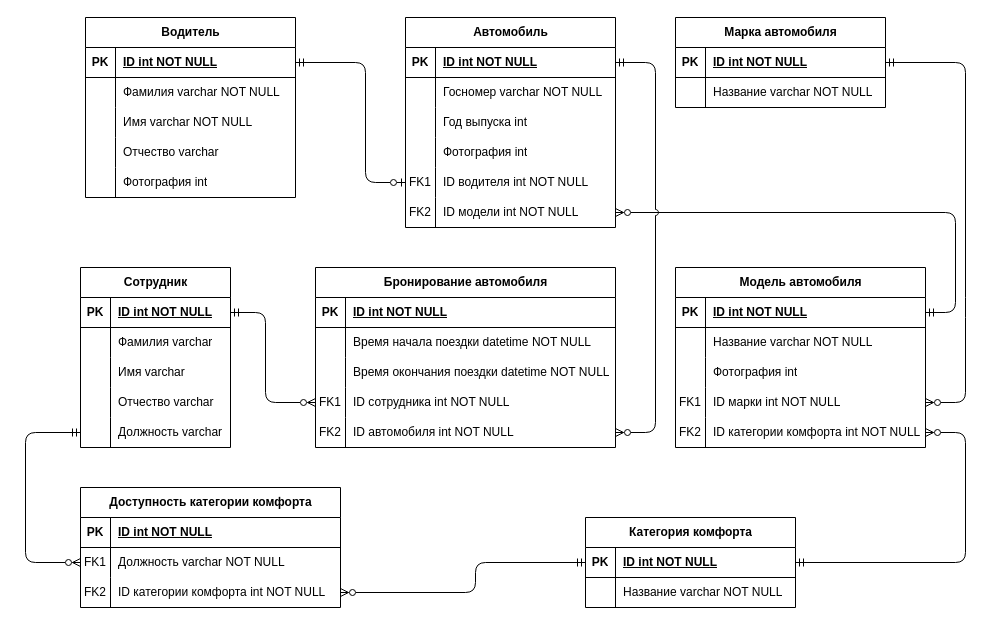
Before: test-task/Diagram/Diagram.drawio in ShkulovNikita/only-tasks, a draw.io diagram. Source tidied: cells renumbered, new cells numbered last; positions are measured from the earlier drawing's top-left corner, leaving out a move shared by most shapes. Both pictures are drawn from the tidied source at 100%, with x=0, y=0 at pixel (25, 17).
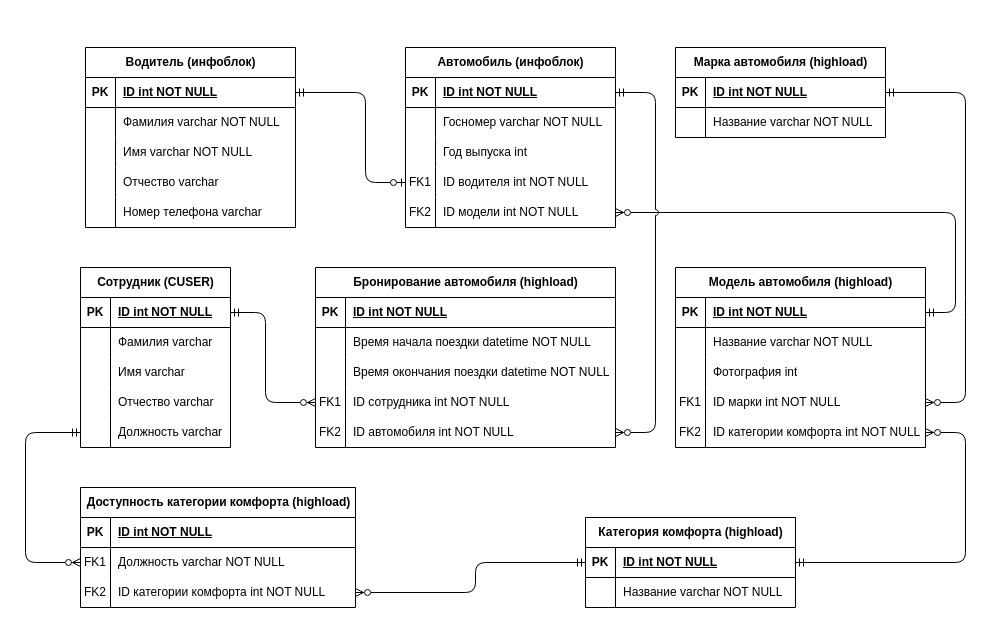
The same page after the edit.

Commit message (it also covers changes not shown here):
Добавление через миграцию хайлоад-блока для категории комфорта; указание в диаграмме типов (инфоблоки или хайлоад-блоки) сущностей.

Unchanged cells that the change refers to:
```xml
<mxCell id="28" style="shape=tableRow;horizontal=0;startSize=0;swimlaneHead=0;swimlaneBody=0;fillColor=none;points=[[0,0.5],[1,0.5]];portConstraint=eastwest;top=0;left=0;right=0;bottom=0;" parent="18" vertex="1">
  <mxGeometry y="120" width="250" height="30" as="geometry" />
</mxCell>
<mxCell id="35" style="shape=tableRow;horizontal=0;startSize=0;swimlaneHead=0;swimlaneBody=0;fillColor=none;points=[[0,0.5],[1,0.5]];portConstraint=eastwest;top=0;left=0;right=0;bottom=1;" parent="34" vertex="1">
  <mxGeometry y="30" width="210" height="30" as="geometry" />
</mxCell>
<mxCell id="42" style="shape=tableRow;horizontal=0;startSize=0;swimlaneHead=0;swimlaneBody=0;fillColor=none;points=[[0,0.5],[1,0.5]];portConstraint=eastwest;top=0;left=0;right=0;bottom=1;" parent="41" vertex="1">
  <mxGeometry y="30" width="210" height="30" as="geometry" />
</mxCell>
<mxCell id="54" style="shape=tableRow;horizontal=0;startSize=0;swimlaneHead=0;swimlaneBody=0;fillColor=none;top=0;left=0;right=0;bottom=0;" parent="41" vertex="1">
  <mxGeometry y="150" width="210" height="30" as="geometry" />
</mxCell>
<mxCell id="58" style="shape=tableRow;horizontal=0;startSize=0;swimlaneHead=0;swimlaneBody=0;fillColor=none;points=[[0,0.5],[1,0.5]];portConstraint=eastwest;top=0;left=0;right=0;bottom=1;" parent="57" vertex="1">
  <mxGeometry y="30" width="210" height="30" as="geometry" />
</mxCell>
<mxCell id="89" style="shape=tableRow;horizontal=0;startSize=0;swimlaneHead=0;swimlaneBody=0;fillColor=none;points=[[0,0.5],[1,0.5]];portConstraint=eastwest;top=0;left=0;right=0;bottom=0;" parent="76" vertex="1">
  <mxGeometry y="150" width="300" height="30" as="geometry" />
</mxCell>
```

The edit, as a diff of the source:
```diff
@@
-    <mxCell id="2" value="Сотрудник" style="shape=table;startSize=30;childLayout=tableLayout;rowLines=0;fontStyle=1;align=center;html=1;" parent="1" vertex="1">
+    <mxCell id="2" value="Сотрудник (CUSER)" style="shape=table;startSize=30;childLayout=tableLayout;rowLines=0;fontStyle=1;align=center;html=1;" parent="1" vertex="1">
       <mxGeometry x="55" y="250" width="150" height="180" as="geometry" />
     </mxCell>
@@
-    <mxCell id="18" value="Модель автомобиля" style="shape=table;startSize=30;childLayout=tableLayout;rowLines=0;fontStyle=1;align=center;html=1;" parent="1" vertex="1">
+    <mxCell id="18" value="Модель автомобиля (highload)" style="shape=table;startSize=30;childLayout=tableLayout;rowLines=0;fontStyle=1;align=center;html=1;" parent="1" vertex="1">
       <mxGeometry x="650" y="250" width="250" height="180" as="geometry" />
     </mxCell>
@@
-    <mxCell id="34" value="Марка автомобиля" style="shape=table;startSize=30;childLayout=tableLayout;rowLines=0;fontStyle=1;align=center;html=1;" parent="1" vertex="1">
-      <mxGeometry x="650" width="210" height="90" as="geometry" />
+    <mxCell id="34" value="Марка автомобиля (highload)" style="shape=table;startSize=30;childLayout=tableLayout;rowLines=0;fontStyle=1;align=center;html=1;" parent="1" vertex="1">
+      <mxGeometry x="650" y="30" width="210" height="90" as="geometry" />
     </mxCell>
@@
-    <mxCell id="41" value="Водитель" style="shape=table;startSize=30;childLayout=tableLayout;rowLines=0;fontStyle=1;align=center;html=1;" parent="1" vertex="1">
-      <mxGeometry x="60" width="210" height="180" as="geometry" />
+    <mxCell id="41" value="Водитель (инфоблок)" style="shape=table;startSize=30;childLayout=tableLayout;rowLines=0;fontStyle=1;align=center;html=1;" parent="1" vertex="1">
+      <mxGeometry x="60" y="30" width="210" height="180" as="geometry" />
     </mxCell>
@@
-    <mxCell id="56" value="Фотография int" style="shape=partialRectangle;fillColor=none;top=0;left=0;bottom=0;right=0;align=left;spacingLeft=6;overflow=hidden;whiteSpace=wrap;html=1;" parent="54" vertex="1">
+    <mxCell id="56" value="Номер телефона varchar" style="shape=partialRectangle;fillColor=none;top=0;left=0;bottom=0;right=0;align=left;spacingLeft=6;overflow=hidden;whiteSpace=wrap;html=1;" parent="54" vertex="1">
       <mxGeometry x="30" width="180" height="30" as="geometry" />
     </mxCell>
-    <mxCell id="57" value="Автомобиль" style="shape=table;startSize=30;childLayout=tableLayout;rowLines=0;fontStyle=1;align=center;html=1;" parent="1" vertex="1">
-      <mxGeometry x="380" width="210" height="210" as="geometry" />
+    <mxCell id="57" value="Автомобиль (инфоблок)" style="shape=table;startSize=30;childLayout=tableLayout;rowLines=0;fontStyle=1;align=center;html=1;" parent="1" vertex="1">
+      <mxGeometry x="380" y="30" width="210" height="180" as="geometry" />
     </mxCell>
@@
-    <mxCell id="67" style="shape=tableRow;horizontal=0;startSize=0;swimlaneHead=0;swimlaneBody=0;fillColor=none;top=0;left=0;right=0;bottom=0;" parent="57" vertex="1">
-      <mxGeometry y="120" width="210" height="30" as="geometry" />
-    </mxCell>
-    <mxCell id="68" style="shape=partialRectangle;fillColor=none;top=0;left=0;bottom=0;right=0;overflow=hidden;whiteSpace=wrap;html=1;" parent="67" vertex="1">
-      <mxGeometry width="30" height="30" as="geometry" />
-    </mxCell>
-    <mxCell id="69" value="Фотография int" style="shape=partialRectangle;fillColor=none;top=0;left=0;bottom=0;right=0;align=left;spacingLeft=6;overflow=hidden;whiteSpace=wrap;html=1;" parent="67" vertex="1">
-      <mxGeometry x="30" width="180" height="30" as="geometry" />
-    </mxCell>
     <mxCell id="70" style="shape=tableRow;horizontal=0;startSize=0;swimlaneHead=0;swimlaneBody=0;fillColor=none;points=[[0,0.5],[1,0.5]];portConstraint=eastwest;top=0;left=0;right=0;bottom=0;" parent="57" vertex="1">
-      <mxGeometry y="150" width="210" height="30" as="geometry" />
+      <mxGeometry y="120" width="210" height="30" as="geometry" />
     </mxCell>
@@
     <mxCell id="73" style="shape=tableRow;horizontal=0;startSize=0;swimlaneHead=0;swimlaneBody=0;fillColor=none;points=[[0,0.5],[1,0.5]];portConstraint=eastwest;top=0;left=0;right=0;bottom=0;" parent="57" vertex="1">
-      <mxGeometry y="180" width="210" height="30" as="geometry" />
+      <mxGeometry y="150" width="210" height="30" as="geometry" />
     </mxCell>
@@
-    <mxCell id="76" value="Бронирование автомобиля" style="shape=table;startSize=30;childLayout=tableLayout;rowLines=0;fontStyle=1;align=center;html=1;" parent="1" vertex="1">
+    <mxCell id="76" value="Бронирование автомобиля (highload)" style="shape=table;startSize=30;childLayout=tableLayout;rowLines=0;fontStyle=1;align=center;html=1;" parent="1" vertex="1">
       <mxGeometry x="290" y="250" width="300" height="180" as="geometry" />
     </mxCell>
@@
-    <mxCell id="92" value="Категория комфорта" style="shape=table;startSize=30;childLayout=tableLayout;rowLines=0;fontStyle=1;align=center;html=1;" parent="1" vertex="1">
+    <mxCell id="92" value="Категория комфорта (highload)" style="shape=table;startSize=30;childLayout=tableLayout;rowLines=0;fontStyle=1;align=center;html=1;" parent="1" vertex="1">
       <mxGeometry x="560" y="500" width="210" height="90" as="geometry" />
     </mxCell>
@@
     <mxCell id="102" style="endArrow=ERzeroToOne;html=1;rounded=1;startArrow=ERmandOne;startFill=0;endFill=0;exitX=1;exitY=0.5;exitDx=0;exitDy=0;entryX=0;entryY=0.5;entryDx=0;entryDy=0;" parent="1" edge="1" source="42" target="70">
       <mxGeometry relative="1" as="geometry">
         <Array as="points">
-          <mxPoint x="340" y="45" />
+          <mxPoint x="340" y="75" />
           <mxPoint x="340" y="165" />
         </Array>
       </mxGeometry>
     </mxCell>
     <mxCell id="103" style="endArrow=ERmandOne;html=1;rounded=1;startArrow=ERzeroToMany;startFill=0;endFill=0;exitX=1;exitY=0.5;exitDx=0;exitDy=0;entryX=1;entryY=0.5;entryDx=0;entryDy=0;" parent="1" edge="1" source="28" target="35">
       <mxGeometry relative="1" as="geometry">
         <Array as="points">
           <mxPoint x="940" y="385" />
           <mxPoint x="940" y="290" />
-          <mxPoint x="940" y="45" />
+          <mxPoint x="940" y="75" />
         </Array>
       </mxGeometry>
     </mxCell>
@@
-    <mxCell id="105" value="Доступность категории комфорта" style="shape=table;startSize=30;childLayout=tableLayout;rowLines=0;fontStyle=1;align=center;html=1;" parent="1" vertex="1">
-      <mxGeometry x="55" y="470" width="260" height="120" as="geometry" />
+    <mxCell id="105" value="Доступность категории комфорта (highload)" style="shape=table;startSize=30;childLayout=tableLayout;rowLines=0;fontStyle=1;align=center;html=1;" parent="1" vertex="1">
+      <mxGeometry x="55" y="470" width="275" height="120" as="geometry" />
     </mxCell>
     <mxCell id="106" style="shape=tableRow;horizontal=0;startSize=0;swimlaneHead=0;swimlaneBody=0;fillColor=none;top=0;left=0;right=0;bottom=1;" parent="105" vertex="1">
-      <mxGeometry y="30" width="260" height="30" as="geometry" />
+      <mxGeometry y="30" width="275" height="30" as="geometry" />
     </mxCell>
@@
     <mxCell id="108" value="ID int NOT NULL" style="shape=partialRectangle;fillColor=none;top=0;left=0;bottom=0;right=0;align=left;spacingLeft=6;fontStyle=5;overflow=hidden;whiteSpace=wrap;html=1;" parent="106" vertex="1">
-      <mxGeometry x="30" width="230" height="30" as="geometry" />
+      <mxGeometry x="30" width="245" height="30" as="geometry" />
     </mxCell>
     <mxCell id="109" style="shape=tableRow;horizontal=0;startSize=0;swimlaneHead=0;swimlaneBody=0;fillColor=none;points=[[0,0.5],[1,0.5]];portConstraint=eastwest;top=0;left=0;right=0;bottom=0;" parent="105" vertex="1">
-      <mxGeometry y="60" width="260" height="30" as="geometry" />
+      <mxGeometry y="60" width="275" height="30" as="geometry" />
     </mxCell>
@@
     <mxCell id="111" value="Должность varchar NOT NULL" style="shape=partialRectangle;fillColor=none;top=0;left=0;bottom=0;right=0;align=left;spacingLeft=6;overflow=hidden;whiteSpace=wrap;html=1;" parent="109" vertex="1">
-      <mxGeometry x="30" width="230" height="30" as="geometry" />
+      <mxGeometry x="30" width="245" height="30" as="geometry" />
     </mxCell>
     <mxCell id="112" style="shape=tableRow;horizontal=0;startSize=0;swimlaneHead=0;swimlaneBody=0;fillColor=none;points=[[0,0.5],[1,0.5]];portConstraint=eastwest;top=0;left=0;right=0;bottom=0;" parent="105" vertex="1">
-      <mxGeometry y="90" width="260" height="30" as="geometry" />
+      <mxGeometry y="90" width="275" height="30" as="geometry" />
     </mxCell>
@@
     <mxCell id="114" value="ID категории комфорта int NOT NULL" style="shape=partialRectangle;fillColor=none;top=0;left=0;bottom=0;right=0;align=left;spacingLeft=6;overflow=hidden;whiteSpace=wrap;html=1;" parent="112" vertex="1">
-      <mxGeometry x="30" width="230" height="30" as="geometry" />
+      <mxGeometry x="30" width="245" height="30" as="geometry" />
     </mxCell>
@@
     <mxCell id="116" style="endArrow=ERmandOne;html=1;rounded=1;startArrow=ERzeroToMany;startFill=0;endFill=0;exitX=1;exitY=0.5;exitDx=0;exitDy=0;entryX=1;entryY=0.5;entryDx=0;entryDy=0;jumpStyle=arc;" parent="1" edge="1" source="89" target="58">
       <mxGeometry relative="1" as="geometry">
         <Array as="points">
           <mxPoint x="630" y="415" />
-          <mxPoint x="630" y="45" />
+          <mxPoint x="630" y="75" />
         </Array>
       </mxGeometry>
     </mxCell>
```
